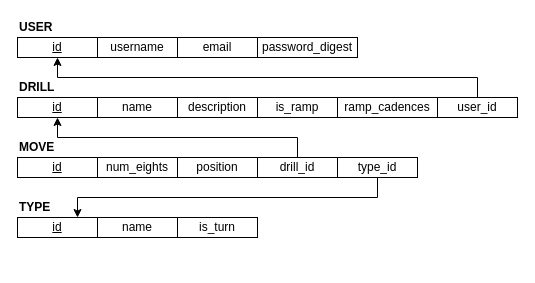
Before: diagrams/relational_model.drawio in zbaruch20/drill-writer, a draw.io diagram. Source tidied: cells renumbered, new cells numbered last; positions are measured from the earlier drawing's top-left corner, leaving out a move shared by most shapes. Both pictures are drawn from the tidied source at 100%, with x=0, y=0 at pixel (17, 17).
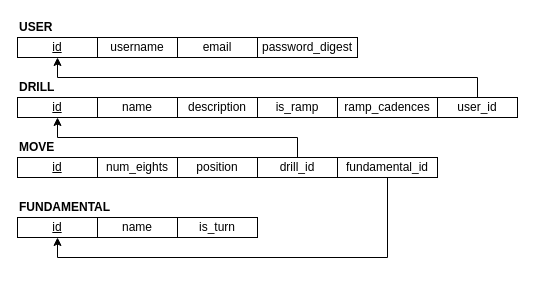
The same page after the edit.

Commit message (it also covers changes not shown here):
Relational model tweaks and documentation

The change refers to these unchanged cells:
```xml
<mxCell id="23" value="&lt;u&gt;id&lt;/u&gt;" style="rounded=0;whiteSpace=wrap;html=1;" parent="1" vertex="1">
  <mxGeometry y="200" width="80" height="20" as="geometry" />
</mxCell>
```

What changed in the source:
```diff
@@
-    <mxCell id="20" style="edgeStyle=orthogonalEdgeStyle;rounded=0;jettySize=auto;html=1;exitX=0.5;exitY=1;exitDx=0;exitDy=0;entryX=0.75;entryY=0;entryDx=0;entryDy=0;" parent="1" edge="1" source="21" target="23">
+    <mxCell id="20" style="edgeStyle=orthogonalEdgeStyle;rounded=0;jettySize=auto;html=1;exitX=0.5;exitY=1;exitDx=0;exitDy=0;entryX=0.5;entryY=1;entryDx=0;entryDy=0;" parent="1" edge="1" source="21" target="23">
       <mxGeometry relative="1" as="geometry" />
     </mxCell>
-    <mxCell id="21" value="type_id" style="rounded=0;whiteSpace=wrap;html=1;" parent="1" vertex="1">
-      <mxGeometry x="320" y="140" width="80" height="20" as="geometry" />
+    <mxCell id="21" value="fundamental_id" style="rounded=0;whiteSpace=wrap;html=1;" parent="1" vertex="1">
+      <mxGeometry x="320" y="140" width="100" height="20" as="geometry" />
     </mxCell>
-    <mxCell id="22" value="&lt;b&gt;TYPE&lt;/b&gt;" style="text;html=1;strokeColor=none;fillColor=none;align=left;verticalAlign=middle;whiteSpace=wrap;rounded=0;" parent="1" vertex="1">
+    <mxCell id="22" value="&lt;b&gt;FUNDAMENTAL&lt;/b&gt;" style="text;html=1;strokeColor=none;fillColor=none;align=left;verticalAlign=middle;whiteSpace=wrap;rounded=0;" parent="1" vertex="1">
       <mxGeometry y="180" width="80" height="20" as="geometry" />
     </mxCell>
```
